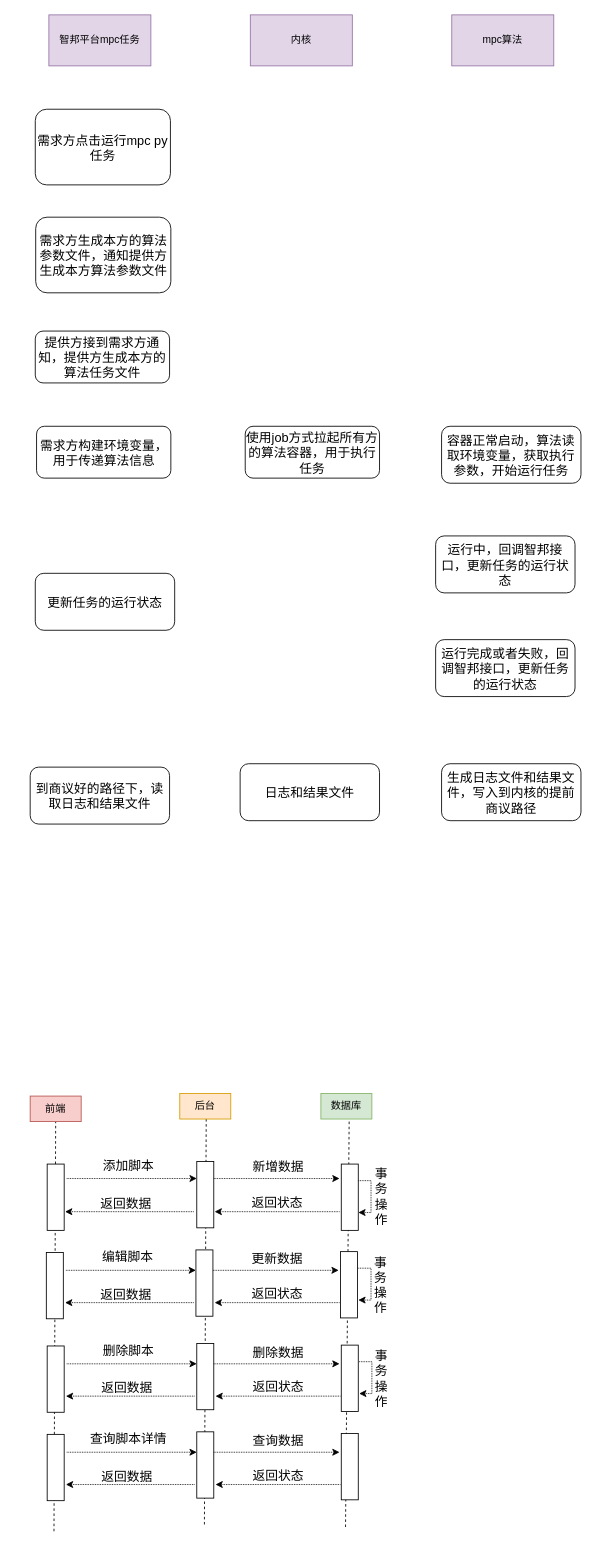
Earlier version of the draw.io diagram Idata/V3.0/v3.1的流程图.drawio (ljf0705/FlowPictureWithMorePoject). Source tidied: cells renumbered, new cells numbered last; positions are measured from the earlier drawing's top-left corner, leaving out a move shared by most shapes. Both pictures are drawn from the tidied source at 85%, with x=0, y=0 at pixel (30, 14).
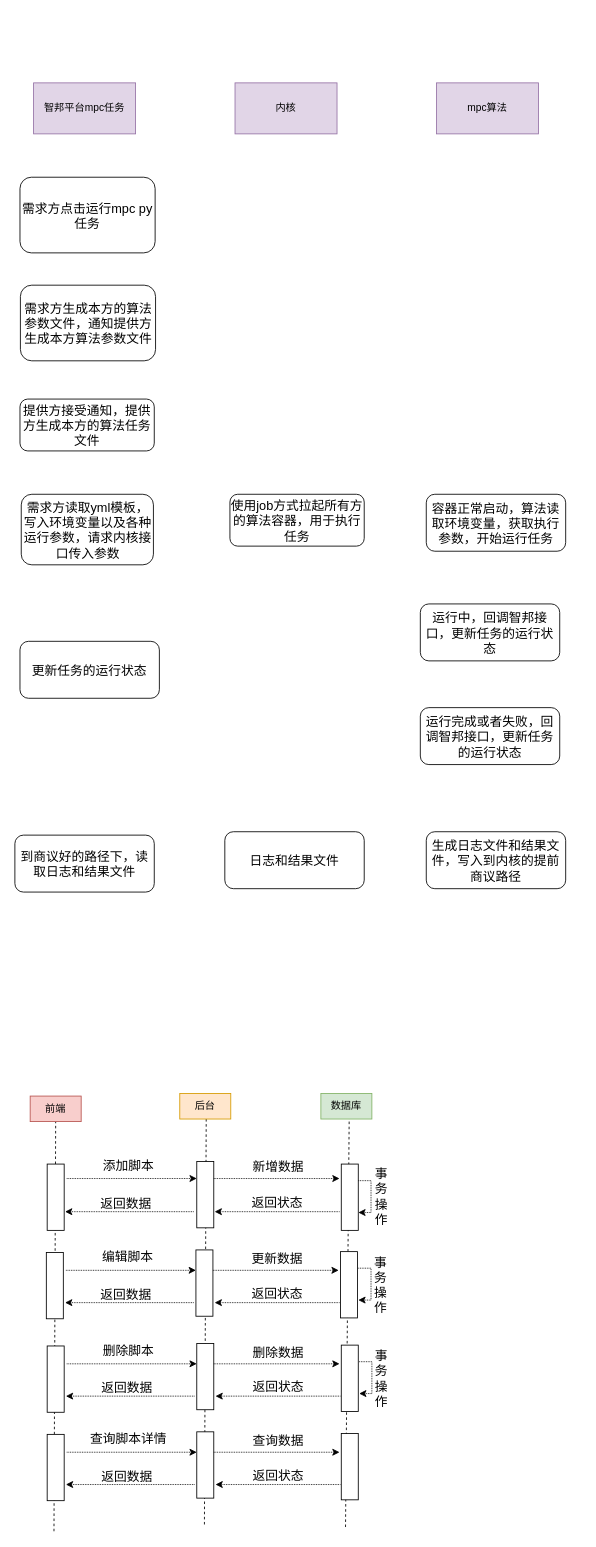
After the change.

Diff of the diagram source:
```diff
@@
     <mxCell id="2" value="智邦平台mpc任务" style="rounded=0;whiteSpace=wrap;html=1;fillColor=#e1d5e7;strokeColor=#9673a6;" parent="1" vertex="1">
-      <mxGeometry x="22" width="120" height="60" as="geometry" />
+      <mxGeometry x="4" y="80" width="120" height="60" as="geometry" />
     </mxCell>
     <mxCell id="3" value="内核" style="rounded=0;whiteSpace=wrap;html=1;fillColor=#e1d5e7;strokeColor=#9673a6;" parent="1" vertex="1">
-      <mxGeometry x="259" width="120" height="60" as="geometry" />
+      <mxGeometry x="241" y="80" width="120" height="60" as="geometry" />
     </mxCell>
     <mxCell id="4" value="mpc算法" style="rounded=0;whiteSpace=wrap;html=1;fillColor=#e1d5e7;strokeColor=#9673a6;" parent="1" vertex="1">
-      <mxGeometry x="496" width="120" height="60" as="geometry" />
+      <mxGeometry x="478" y="80" width="120" height="60" as="geometry" />
     </mxCell>
@@
     <mxCell id="61" value="需求方生成本方的算法参数文件，通知提供方生成本方算法参数文件" style="rounded=1;whiteSpace=wrap;html=1;fontSize=15;" parent="1" vertex="1">
-      <mxGeometry x="6.5" y="238" width="159" height="89" as="geometry" />
+      <mxGeometry x="-11.5" y="318" width="159" height="89" as="geometry" />
     </mxCell>
-    <mxCell id="62" value="提供方接到需求方通知，提供方生成本方的算法任务文件" style="rounded=1;whiteSpace=wrap;html=1;fontSize=15;" parent="1" vertex="1">
-      <mxGeometry x="6" y="372" width="158" height="61" as="geometry" />
+    <mxCell id="62" value="提供方接受通知，提供方生成本方的算法任务文件" style="rounded=1;whiteSpace=wrap;html=1;fontSize=15;" parent="1" vertex="1">
+      <mxGeometry x="-12" y="452" width="158" height="61" as="geometry" />
     </mxCell>
     <mxCell id="63" value="需求方点击运行mpc py任务" style="rounded=1;whiteSpace=wrap;html=1;fontSize=15;" parent="1" vertex="1">
-      <mxGeometry x="6" y="111" width="159" height="89" as="geometry" />
+      <mxGeometry x="-12" y="191" width="159" height="89" as="geometry" />
     </mxCell>
-    <mxCell id="64" value="需求方构建环境变量，用于传递算法信息" style="rounded=1;whiteSpace=wrap;html=1;fontSize=15;" parent="1" vertex="1">
-      <mxGeometry x="7.5" y="484" width="158" height="61" as="geometry" />
+    <mxCell id="64" value="需求方读取yml模板，写入环境变量以及各种运行参数，请求内核接口传入参数" style="rounded=1;whiteSpace=wrap;html=1;fontSize=15;" parent="1" vertex="1">
+      <mxGeometry x="-10.5" y="564" width="155.5" height="83" as="geometry" />
     </mxCell>
     <mxCell id="65" value="使用job方式拉起所有方的算法容器，用于执行任务" style="rounded=1;whiteSpace=wrap;html=1;fontSize=15;" parent="1" vertex="1">
-      <mxGeometry x="253" y="484" width="158" height="61" as="geometry" />
+      <mxGeometry x="235" y="564" width="158" height="61" as="geometry" />
     </mxCell>
     <mxCell id="66" value="容器正常启动，算法读取环境变量，获取执行参数，开始运行任务" style="rounded=1;whiteSpace=wrap;html=1;fontSize=15;" parent="1" vertex="1">
-      <mxGeometry x="484" y="484" width="164" height="67" as="geometry" />
+      <mxGeometry x="466" y="564" width="164" height="67" as="geometry" />
     </mxCell>
     <mxCell id="67" value="运行中，回调智邦接口，更新任务的运行状态" style="rounded=1;whiteSpace=wrap;html=1;fontSize=15;" parent="1" vertex="1">
-      <mxGeometry x="477" y="613" width="164" height="67" as="geometry" />
+      <mxGeometry x="459" y="693" width="164" height="67" as="geometry" />
     </mxCell>
     <mxCell id="68" value="更新任务的运行状态" style="rounded=1;whiteSpace=wrap;html=1;fontSize=15;" parent="1" vertex="1">
-      <mxGeometry x="6" y="657" width="164" height="67" as="geometry" />
+      <mxGeometry x="-12" y="737" width="164" height="67" as="geometry" />
     </mxCell>
     <mxCell id="69" value="运行完成或者失败，回调智邦接口，更新任务的运行状态" style="rounded=1;whiteSpace=wrap;html=1;fontSize=15;" parent="1" vertex="1">
-      <mxGeometry x="477" y="735" width="164" height="67" as="geometry" />
+      <mxGeometry x="459" y="815" width="164" height="67" as="geometry" />
     </mxCell>
     <mxCell id="70" value="生成日志文件和结果文件，写入到内核的提前商议路径" style="rounded=1;whiteSpace=wrap;html=1;fontSize=15;" parent="1" vertex="1">
-      <mxGeometry x="484" y="881" width="164" height="67" as="geometry" />
+      <mxGeometry x="466" y="961" width="164" height="67" as="geometry" />
     </mxCell>
     <mxCell id="71" value="日志和结果文件" style="rounded=1;whiteSpace=wrap;html=1;fontSize=15;" parent="1" vertex="1">
-      <mxGeometry x="247" y="881" width="164" height="67" as="geometry" />
+      <mxGeometry x="229" y="961" width="164" height="67" as="geometry" />
     </mxCell>
     <mxCell id="72" value="到商议好的路径下，读取日志和结果文件" style="rounded=1;whiteSpace=wrap;html=1;fontSize=15;" parent="1" vertex="1">
-      <mxGeometry y="885" width="164" height="67" as="geometry" />
+      <mxGeometry x="-18" y="965" width="164" height="67" as="geometry" />
     </mxCell>
```
